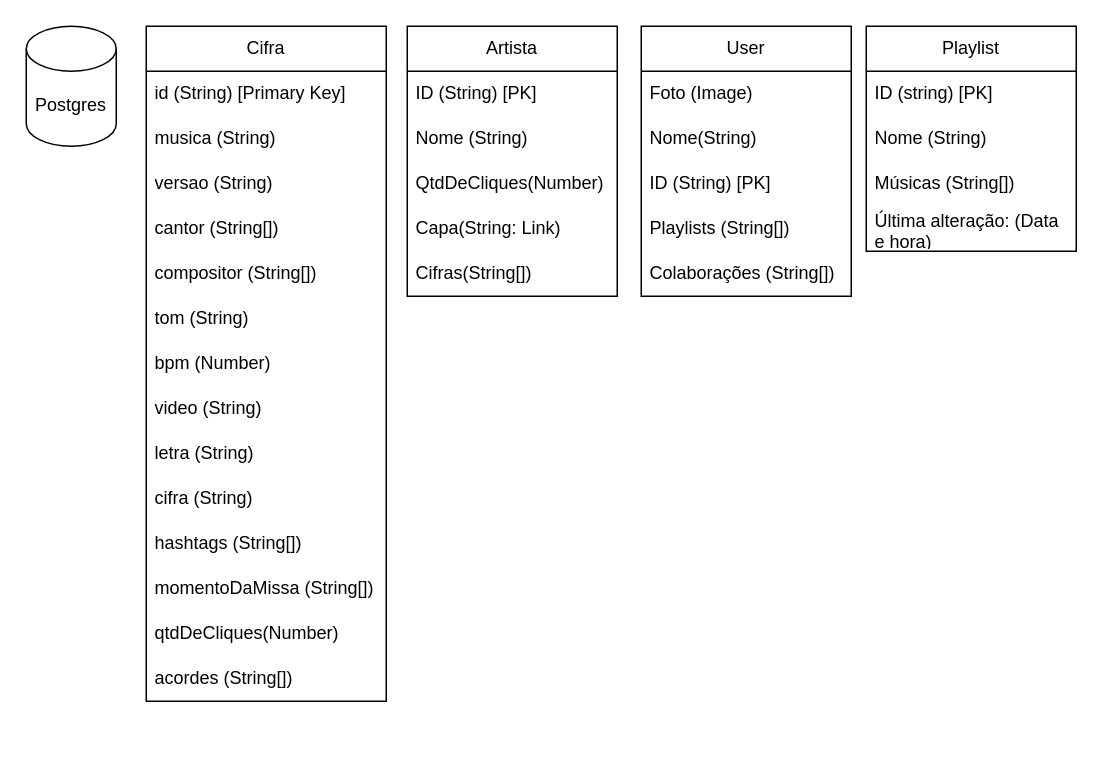
mauriciomira1/MissaCifras keeps this draw.io diagram as MissaCifras.drawio. Above is the earlier version. Source tidied: cells renumbered, new cells numbered last; positions are measured from the earlier drawing's top-left corner, leaving out a move shared by most shapes. Both pictures are drawn from the tidied source at 150%, with x=0, y=0 at pixel (26, 26).
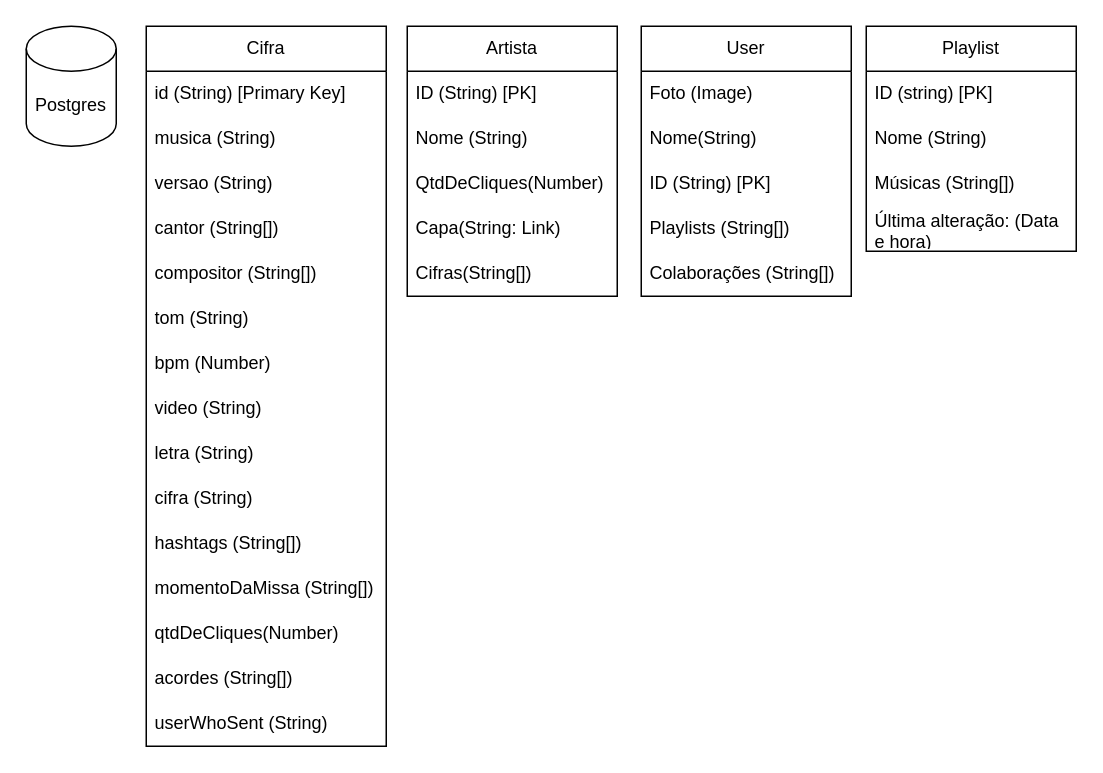
Above is the later version.

Change to the diagram source:
```diff
@@
     <mxCell id="2" value="Cifra" style="swimlane;fontStyle=0;horizontal=1;startSize=30;whiteSpace=wrap;html=1;" parent="1" vertex="1">
-      <mxGeometry x="80" width="160" height="450" as="geometry" />
+      <mxGeometry x="80" width="160" height="480" as="geometry" />
     </mxCell>
@@
+    <mxCell id="35" value="userWhoSent (String)" style="text;strokeColor=none;fillColor=none;align=left;verticalAlign=middle;spacingLeft=4;spacingRight=4;overflow=hidden;whiteSpace=wrap;html=1;" parent="2" vertex="1">
+      <mxGeometry y="450" width="160" height="30" as="geometry" />
+    </mxCell>
```
